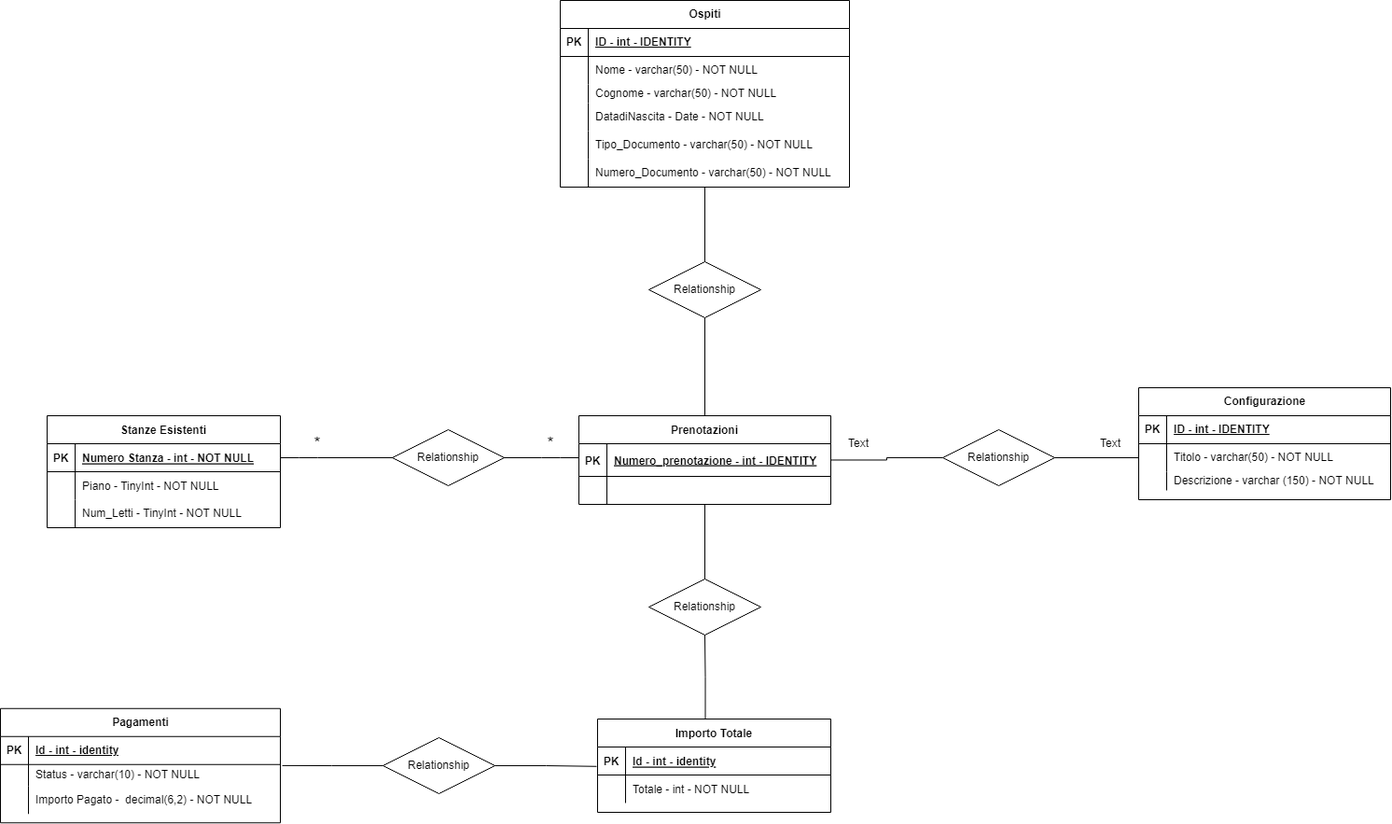
Earlier version of the draw.io export DiagrammaER-Hotel.png (AlexFruitPunch/db-hotel-tecnico). Source tidied: cells renumbered, new cells last; positions are measured from the earlier drawing's top-left corner, leaving out a move shared by most shapes.
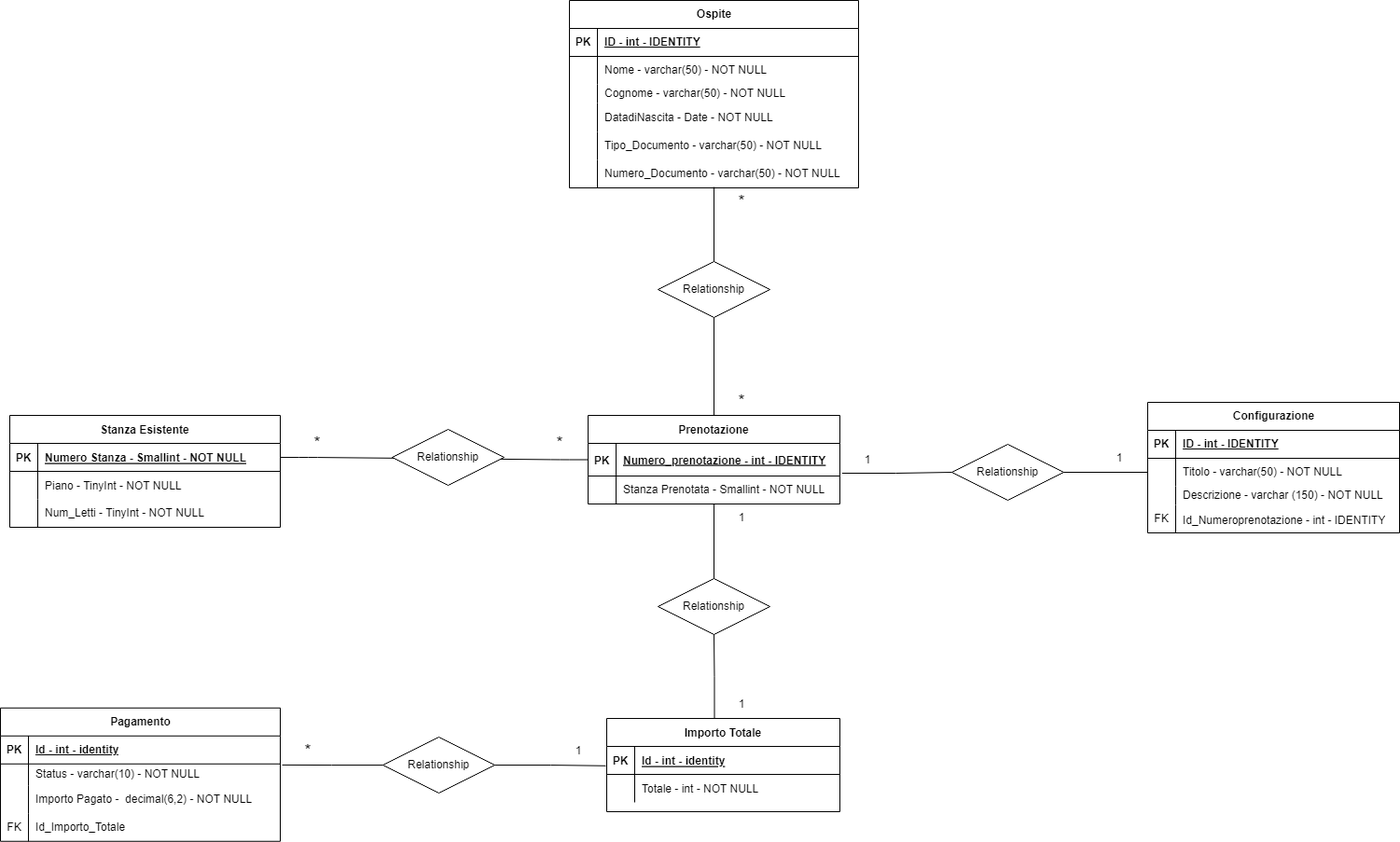
The same file after the commit.

Commit message:
Diagramma ER terminato

What changed in the source:
```diff
@@ -2,19 +2,17 @@
   <root>
     <mxCell id="0" />
     <mxCell id="1" parent="0" />
-    <mxCell id="2" style="edgeStyle=entityRelationEdgeStyle;endArrow=none;startArrow=none;endFill=0;startFill=0;" parent="1" edge="1" source="20">
-      <mxGeometry relative="1" as="geometry">
-        <mxPoint x="620" y="490" as="targetPoint" />
-      </mxGeometry>
+    <mxCell id="2" style="edgeStyle=entityRelationEdgeStyle;endArrow=none;startArrow=none;endFill=0;startFill=0;entryX=0;entryY=0.5;entryDx=0;entryDy=0;" parent="1" edge="1" source="20" target="6">
+      <mxGeometry relative="1" as="geometry" />
     </mxCell>
     <mxCell id="3" style="edgeStyle=orthogonalEdgeStyle;rounded=0;jettySize=auto;html=1;entryX=0.5;entryY=0;entryDx=0;entryDy=0;fontSize=12;startArrow=none;startFill=0;endArrow=none;endFill=0;" parent="1" edge="1" source="5" target="32">
       <mxGeometry relative="1" as="geometry" />
     </mxCell>
-    <mxCell id="4" style="edgeStyle=orthogonalEdgeStyle;rounded=0;jettySize=auto;html=1;entryX=0;entryY=0.5;entryDx=0;entryDy=0;fontSize=12;startArrow=none;startFill=0;endArrow=none;endFill=0;" parent="1" edge="1" source="5" target="57">
+    <mxCell id="4" style="edgeStyle=orthogonalEdgeStyle;rounded=0;jettySize=auto;html=1;entryX=0;entryY=0.5;entryDx=0;entryDy=0;fontSize=12;startArrow=none;startFill=0;endArrow=none;endFill=0;exitX=1.009;exitY=0.914;exitDx=0;exitDy=0;exitPerimeter=0;" parent="1" edge="1" source="6" target="57">
       <mxGeometry relative="1" as="geometry" />
     </mxCell>
-    <mxCell id="5" value="Prenotazioni" style="shape=table;startSize=30;rowLines=0;fontStyle=1;align=center;" parent="1" vertex="1">
-      <mxGeometry x="620" y="445" width="270" height="95" as="geometry" />
+    <mxCell id="5" value="Prenotazione" style="shape=table;startSize=30;rowLines=0;fontStyle=1;align=center;" parent="1" vertex="1">
+      <mxGeometry x="630" y="445" width="270" height="95" as="geometry" />
     </mxCell>
     <mxCell id="6" style="shape=partialRectangle;fillColor=none;points=[[0,0.5],[1,0.5]];portConstraint=eastwest;top=0;left=0;right=0;bottom=1;" parent="5" vertex="1">
       <mxGeometry y="30" width="270" height="35" as="geometry" />
@@ -31,11 +29,11 @@
     <mxCell id="10" style="shape=partialRectangle;fillColor=none;top=0;left=0;bottom=0;right=0;overflow=hidden;fontSize=18;" parent="9" vertex="1">
       <mxGeometry width="30" height="30" as="geometry" />
     </mxCell>
-    <mxCell id="11" style="shape=partialRectangle;fillColor=none;top=0;left=0;bottom=0;right=0;align=left;spacingLeft=6;overflow=hidden;fontSize=12;html=1;" parent="9" vertex="1">
+    <mxCell id="11" value="Stanza Prenotata - Smallint - NOT NULL&amp;nbsp;" style="shape=partialRectangle;fillColor=none;top=0;left=0;bottom=0;right=0;align=left;spacingLeft=6;overflow=hidden;fontSize=12;html=1;" parent="9" vertex="1">
       <mxGeometry x="30" width="240" height="30" as="geometry" />
     </mxCell>
     <mxCell id="12" value="Importo Totale" style="shape=table;startSize=30;rowLines=0;fontStyle=1;align=center;" parent="1" vertex="1">
-      <mxGeometry x="640" y="770" width="250" height="100" as="geometry" />
+      <mxGeometry x="650" y="770" width="250" height="100" as="geometry" />
     </mxCell>
     <mxCell id="13" style="shape=partialRectangle;fillColor=none;points=[[0,0.5],[1,0.5]];portConstraint=eastwest;top=0;left=0;right=0;bottom=1;" parent="12" vertex="1">
       <mxGeometry y="30" width="250" height="30" as="geometry" />
@@ -55,35 +53,35 @@
     <mxCell id="18" value="Totale - int - NOT NULL" style="shape=partialRectangle;overflow=hidden;fillColor=none;top=0;left=0;bottom=0;right=0;align=left;spacingLeft=6;" parent="16" vertex="1">
       <mxGeometry x="30" width="220" height="30" as="geometry" />
     </mxCell>
-    <mxCell id="19" value="Stanze Esistenti" style="shape=table;startSize=30;rowLines=0;fontStyle=1;align=center;" parent="1" vertex="1">
-      <mxGeometry x="50" y="445" width="250" height="120" as="geometry" />
+    <mxCell id="19" value="Stanza Esistente" style="shape=table;startSize=30;rowLines=0;fontStyle=1;align=center;" parent="1" vertex="1">
+      <mxGeometry x="10" y="445" width="290" height="120" as="geometry" />
     </mxCell>
     <mxCell id="20" style="shape=partialRectangle;fillColor=none;points=[[0,0.5],[1,0.5]];portConstraint=eastwest;top=0;left=0;right=0;bottom=1;" parent="19" vertex="1">
-      <mxGeometry y="30" width="250" height="30" as="geometry" />
+      <mxGeometry y="30" width="290" height="30" as="geometry" />
     </mxCell>
     <mxCell id="21" value="PK" style="shape=partialRectangle;overflow=hidden;fillColor=none;top=0;left=0;bottom=0;right=0;fontStyle=1;" parent="20" vertex="1">
       <mxGeometry width="30" height="30" as="geometry" />
     </mxCell>
-    <mxCell id="22" value="Numero Stanza - int - NOT NULL" style="shape=partialRectangle;overflow=hidden;fillColor=none;top=0;left=0;bottom=0;right=0;align=left;spacingLeft=6;fontStyle=5;" parent="20" vertex="1">
-      <mxGeometry x="30" width="220" height="30" as="geometry" />
+    <mxCell id="22" value="Numero Stanza - Smallint - NOT NULL" style="shape=partialRectangle;overflow=hidden;fillColor=none;top=0;left=0;bottom=0;right=0;align=left;spacingLeft=6;fontStyle=5;" parent="20" vertex="1">
+      <mxGeometry x="30" width="260" height="30" as="geometry" />
     </mxCell>
     <mxCell id="23" style="shape=partialRectangle;fillColor=none;top=0;left=0;right=0;bottom=0;" parent="19" vertex="1">
-      <mxGeometry y="60" width="250" height="30" as="geometry" />
+      <mxGeometry y="60" width="290" height="30" as="geometry" />
     </mxCell>
     <mxCell id="24" style="shape=partialRectangle;overflow=hidden;fillColor=none;top=0;left=0;bottom=0;right=0;" parent="23" vertex="1">
       <mxGeometry width="30" height="30" as="geometry" />
     </mxCell>
     <mxCell id="25" value="Piano - TinyInt - NOT NULL" style="shape=partialRectangle;overflow=hidden;fillColor=none;top=0;left=0;bottom=0;right=0;align=left;spacingLeft=6;" parent="23" vertex="1">
-      <mxGeometry x="30" width="220" height="30" as="geometry" />
+      <mxGeometry x="30" width="260" height="30" as="geometry" />
     </mxCell>
     <mxCell id="26" style="shape=tableRow;horizontal=0;startSize=0;swimlaneHead=0;swimlaneBody=0;fillColor=none;top=0;left=0;right=0;bottom=0;fontSize=12;html=1;" parent="19" vertex="1">
-      <mxGeometry y="90" width="250" height="30" as="geometry" />
+      <mxGeometry y="90" width="290" height="30" as="geometry" />
     </mxCell>
     <mxCell id="27" style="shape=partialRectangle;fillColor=none;top=0;left=0;bottom=0;right=0;overflow=hidden;fontSize=12;html=1;" parent="26" vertex="1">
       <mxGeometry width="30" height="30" as="geometry" />
     </mxCell>
     <mxCell id="28" value="&lt;span&gt;Num_Letti - TinyInt - NOT NULL&amp;nbsp;&lt;/span&gt;" style="shape=partialRectangle;fillColor=none;top=0;left=0;bottom=0;right=0;align=left;spacingLeft=6;overflow=hidden;fontSize=12;html=1;" parent="26" vertex="1">
-      <mxGeometry x="30" width="220" height="30" as="geometry" />
+      <mxGeometry x="30" width="260" height="30" as="geometry" />
     </mxCell>
     <mxCell id="29" value="Relationship" style="shape=rhombus;perimeter=rhombusPerimeter;whiteSpace=wrap;html=1;align=center;" parent="1" vertex="1">
       <mxGeometry x="420" y="460" width="120" height="60" as="geometry" />
@@ -92,13 +90,13 @@
       <mxGeometry x="310" y="460" width="60" height="30" as="geometry" />
     </mxCell>
     <mxCell id="31" value="*" style="text;html=1;strokeColor=none;fillColor=none;align=center;verticalAlign=middle;whiteSpace=wrap;rounded=0;fontSize=18;" parent="1" vertex="1">
-      <mxGeometry x="560" y="460" width="60" height="30" as="geometry" />
+      <mxGeometry x="570" y="460" width="60" height="30" as="geometry" />
     </mxCell>
     <mxCell id="32" value="Relationship" style="shape=rhombus;perimeter=rhombusPerimeter;whiteSpace=wrap;html=1;align=center;fontSize=12;" parent="1" vertex="1">
-      <mxGeometry x="695" y="620" width="120" height="60" as="geometry" />
+      <mxGeometry x="705" y="620" width="120" height="60" as="geometry" />
     </mxCell>
-    <mxCell id="33" value="Pagamenti" style="shape=table;startSize=30;rowLines=0;fontStyle=1;align=center;fontSize=12;html=1;" parent="1" vertex="1">
-      <mxGeometry y="758.8" width="300" height="122.5" as="geometry" />
+    <mxCell id="33" value="Pagamento" style="shape=table;startSize=30;rowLines=0;fontStyle=1;align=center;fontSize=12;html=1;" parent="1" vertex="1">
+      <mxGeometry y="758.8" width="300" height="143" as="geometry" />
     </mxCell>
     <mxCell id="34" style="shape=tableRow;horizontal=0;startSize=0;swimlaneHead=0;swimlaneBody=0;fillColor=none;top=0;left=0;right=0;bottom=1;fontSize=12;html=1;" parent="33" vertex="1">
       <mxGeometry y="30" width="300" height="30" as="geometry" />
@@ -127,6 +125,15 @@
     <mxCell id="42" value="Importo Pagato -&amp;nbsp; decimal(6,2) - NOT NULL" style="shape=partialRectangle;fillColor=none;top=0;left=0;bottom=0;right=0;align=left;spacingLeft=6;overflow=hidden;fontSize=12;html=1;" parent="40" vertex="1">
       <mxGeometry x="30" width="270" height="30" as="geometry" />
     </mxCell>
+    <mxCell id="83" style="shape=tableRow;horizontal=0;startSize=0;swimlaneHead=0;swimlaneBody=0;fillColor=none;top=0;left=0;right=0;bottom=0;fontSize=12;html=1;" parent="33" vertex="1">
+      <mxGeometry y="113" width="300" height="30" as="geometry" />
+    </mxCell>
+    <mxCell id="84" value="FK" style="shape=partialRectangle;fillColor=none;top=0;left=0;bottom=0;right=0;fontStyle=0;overflow=hidden;fontSize=12;html=1;" parent="83" vertex="1">
+      <mxGeometry width="30" height="30" as="geometry" />
+    </mxCell>
+    <mxCell id="85" value="Id_Importo_Totale" style="shape=partialRectangle;fillColor=none;top=0;left=0;bottom=0;right=0;align=left;spacingLeft=6;fontStyle=0;overflow=hidden;fontSize=12;html=1;" parent="83" vertex="1">
+      <mxGeometry x="30" width="270" height="30" as="geometry" />
+    </mxCell>
     <mxCell id="43" style="edgeStyle=orthogonalEdgeStyle;rounded=0;jettySize=auto;html=1;entryX=1.007;entryY=0.051;entryDx=0;entryDy=0;entryPerimeter=0;fontSize=12;startArrow=none;startFill=0;endArrow=none;endFill=0;" parent="1" edge="1" source="45" target="37">
       <mxGeometry relative="1" as="geometry" />
     </mxCell>
@@ -140,7 +147,7 @@
       <mxGeometry relative="1" as="geometry" />
     </mxCell>
     <mxCell id="47" value="Configurazione" style="shape=table;startSize=30;rowLines=0;fontStyle=1;align=center;fontSize=12;html=1;" parent="1" vertex="1">
-      <mxGeometry x="1220" y="415" width="270" height="120" as="geometry" />
+      <mxGeometry x="1230" y="431" width="270" height="140" as="geometry" />
     </mxCell>
     <mxCell id="48" style="shape=tableRow;horizontal=0;startSize=0;swimlaneHead=0;swimlaneBody=0;fillColor=none;top=0;left=0;right=0;bottom=1;fontSize=12;html=1;" parent="47" vertex="1">
       <mxGeometry y="30" width="270" height="30" as="geometry" />
@@ -169,22 +176,31 @@
     <mxCell id="56" value="Descrizione - varchar (150) - NOT NULL" style="shape=partialRectangle;fillColor=none;top=0;left=0;bottom=0;right=0;align=left;spacingLeft=6;overflow=hidden;fontSize=12;html=1;" parent="54" vertex="1">
       <mxGeometry x="30" width="240" height="20" as="geometry" />
     </mxCell>
+    <mxCell id="86" style="shape=tableRow;horizontal=0;startSize=0;swimlaneHead=0;swimlaneBody=0;fillColor=none;top=0;left=0;right=0;bottom=0;fontSize=12;html=1;" parent="47" vertex="1">
+      <mxGeometry y="110" width="270" height="30" as="geometry" />
+    </mxCell>
+    <mxCell id="87" value="FK" style="shape=partialRectangle;fillColor=none;top=0;left=0;bottom=0;right=0;fontStyle=0;overflow=hidden;fontSize=12;html=1;" parent="86" vertex="1">
+      <mxGeometry width="30" height="30" as="geometry" />
+    </mxCell>
+    <mxCell id="88" value="&lt;span style=&quot;font-size: 12px&quot;&gt;Id_Numeroprenotazione - int - IDENTITY&lt;/span&gt;" style="shape=partialRectangle;fillColor=none;top=0;left=0;bottom=0;right=0;align=left;spacingLeft=6;fontStyle=0;overflow=hidden;fontSize=18;html=1;" parent="86" vertex="1">
+      <mxGeometry x="30" width="240" height="30" as="geometry" />
+    </mxCell>
     <mxCell id="57" value="Relationship" style="shape=rhombus;perimeter=rhombusPerimeter;whiteSpace=wrap;html=1;align=center;fontSize=12;" parent="1" vertex="1">
-      <mxGeometry x="1010" y="460" width="120" height="60" as="geometry" />
+      <mxGeometry x="1020" y="476" width="120" height="60" as="geometry" />
     </mxCell>
     <mxCell id="58" style="edgeStyle=orthogonalEdgeStyle;rounded=0;jettySize=auto;html=1;fontSize=12;startArrow=none;startFill=0;endArrow=none;endFill=0;" parent="1" edge="1" target="57">
       <mxGeometry relative="1" as="geometry">
-        <mxPoint x="1220" y="490" as="sourcePoint" />
+        <mxPoint x="1230" y="506" as="sourcePoint" />
       </mxGeometry>
     </mxCell>
-    <mxCell id="59" value="Text" style="text;html=1;strokeColor=none;fillColor=none;align=center;verticalAlign=middle;whiteSpace=wrap;rounded=0;fontSize=12;" parent="1" vertex="1">
-      <mxGeometry x="890" y="460" width="60" height="30" as="geometry" />
+    <mxCell id="59" value="1" style="text;html=1;strokeColor=none;fillColor=none;align=center;verticalAlign=middle;whiteSpace=wrap;rounded=0;fontSize=12;" parent="1" vertex="1">
+      <mxGeometry x="900" y="477.5" width="60" height="30" as="geometry" />
     </mxCell>
-    <mxCell id="60" value="Text" style="text;html=1;strokeColor=none;fillColor=none;align=center;verticalAlign=middle;whiteSpace=wrap;rounded=0;fontSize=12;" parent="1" vertex="1">
-      <mxGeometry x="1160" y="460" width="60" height="30" as="geometry" />
+    <mxCell id="60" value="1" style="text;html=1;strokeColor=none;fillColor=none;align=center;verticalAlign=middle;whiteSpace=wrap;rounded=0;fontSize=12;" parent="1" vertex="1">
+      <mxGeometry x="1170" y="476" width="60" height="30" as="geometry" />
     </mxCell>
-    <mxCell id="61" value="Ospiti" style="shape=table;startSize=30;rowLines=0;fontStyle=1;align=center;fontSize=12;html=1;" parent="1" vertex="1">
-      <mxGeometry x="600" width="310" height="200" as="geometry" />
+    <mxCell id="61" value="Ospite" style="shape=table;startSize=30;rowLines=0;fontStyle=1;align=center;fontSize=12;html=1;" parent="1" vertex="1">
+      <mxGeometry x="610" width="310" height="201" as="geometry" />
     </mxCell>
     <mxCell id="62" style="shape=tableRow;horizontal=0;startSize=0;swimlaneHead=0;swimlaneBody=0;fillColor=none;top=0;left=0;right=0;bottom=1;fontSize=12;html=1;" parent="61" vertex="1">
       <mxGeometry y="30" width="310" height="30" as="geometry" />
@@ -214,16 +230,16 @@
       <mxGeometry x="30" width="280" height="20" as="geometry" />
     </mxCell>
     <mxCell id="71" style="shape=tableRow;horizontal=0;startSize=0;swimlaneHead=0;swimlaneBody=0;fillColor=none;top=0;left=0;right=0;bottom=0;fontSize=12;html=1;" parent="61" vertex="1">
-      <mxGeometry y="110" width="310" height="30" as="geometry" />
+      <mxGeometry y="110" width="310" height="31" as="geometry" />
     </mxCell>
     <mxCell id="72" style="shape=partialRectangle;fillColor=none;top=0;left=0;bottom=0;right=0;overflow=hidden;fontSize=12;html=1;" parent="71" vertex="1">
-      <mxGeometry width="30" height="30" as="geometry" />
+      <mxGeometry width="30" height="31" as="geometry" />
     </mxCell>
     <mxCell id="73" value="DatadiNascita - Date - NOT NULL" style="shape=partialRectangle;fillColor=none;top=0;left=0;bottom=0;right=0;align=left;spacingLeft=6;overflow=hidden;fontSize=12;html=1;" parent="71" vertex="1">
-      <mxGeometry x="30" width="280" height="30" as="geometry" />
+      <mxGeometry x="30" width="280" height="31" as="geometry" />
     </mxCell>
     <mxCell id="74" style="shape=tableRow;horizontal=0;startSize=0;swimlaneHead=0;swimlaneBody=0;fillColor=none;top=0;left=0;right=0;bottom=0;fontSize=12;html=1;" parent="61" vertex="1">
-      <mxGeometry y="140" width="310" height="30" as="geometry" />
+      <mxGeometry y="141" width="310" height="30" as="geometry" />
     </mxCell>
     <mxCell id="75" style="shape=partialRectangle;fillColor=none;top=0;left=0;bottom=0;right=0;overflow=hidden;fontSize=12;html=1;" parent="74" vertex="1">
       <mxGeometry width="30" height="30" as="geometry" />
@@ -232,7 +248,7 @@
       <mxGeometry x="30" width="280" height="30" as="geometry" />
     </mxCell>
     <mxCell id="77" style="shape=tableRow;horizontal=0;startSize=0;swimlaneHead=0;swimlaneBody=0;fillColor=none;top=0;left=0;right=0;bottom=0;fontSize=12;html=1;" parent="61" vertex="1">
-      <mxGeometry y="170" width="310" height="30" as="geometry" />
+      <mxGeometry y="171" width="310" height="30" as="geometry" />
     </mxCell>
     <mxCell id="78" style="shape=partialRectangle;fillColor=none;top=0;left=0;bottom=0;right=0;overflow=hidden;fontSize=12;html=1;" parent="77" vertex="1">
       <mxGeometry width="30" height="30" as="geometry" />
@@ -242,14 +258,32 @@
     </mxCell>
     <mxCell id="80" style="edgeStyle=orthogonalEdgeStyle;rounded=0;jettySize=auto;html=1;fontSize=12;startArrow=none;startFill=0;endArrow=none;endFill=0;" parent="1" edge="1" source="82">
       <mxGeometry relative="1" as="geometry">
-        <mxPoint x="755" y="200" as="targetPoint" />
+        <mxPoint x="765" y="200" as="targetPoint" />
       </mxGeometry>
     </mxCell>
     <mxCell id="81" style="edgeStyle=orthogonalEdgeStyle;rounded=0;jettySize=auto;html=1;entryX=0.5;entryY=0;entryDx=0;entryDy=0;fontSize=12;startArrow=none;startFill=0;endArrow=none;endFill=0;" parent="1" edge="1" source="82" target="5">
       <mxGeometry relative="1" as="geometry" />
     </mxCell>
     <mxCell id="82" value="Relationship" style="shape=rhombus;perimeter=rhombusPerimeter;whiteSpace=wrap;html=1;align=center;fontSize=12;" parent="1" vertex="1">
-      <mxGeometry x="695" y="280" width="120" height="60" as="geometry" />
+      <mxGeometry x="705" y="280" width="120" height="60" as="geometry" />
     </mxCell>
+    <mxCell id="89" value="1" style="text;html=1;strokeColor=none;fillColor=none;align=center;verticalAlign=middle;whiteSpace=wrap;rounded=0;fontSize=12;" parent="1" vertex="1">
+      <mxGeometry x="590" y="790" width="60" height="30" as="geometry" />
+    </mxCell>
+    <mxCell id="90" value="*" style="text;html=1;strokeColor=none;fillColor=none;align=center;verticalAlign=middle;whiteSpace=wrap;rounded=0;fontSize=18;" parent="1" vertex="1">
+      <mxGeometry x="300" y="790" width="60" height="30" as="geometry" />
+    </mxCell>
+    <mxCell id="91" value="1" style="text;html=1;strokeColor=none;fillColor=none;align=center;verticalAlign=middle;whiteSpace=wrap;rounded=0;fontSize=12;" parent="1" vertex="1">
+      <mxGeometry x="765" y="740" width="60" height="30" as="geometry" />
+    </mxCell>
+    <mxCell id="92" value="1" style="text;html=1;strokeColor=none;fillColor=none;align=center;verticalAlign=middle;whiteSpace=wrap;rounded=0;fontSize=12;" parent="1" vertex="1">
+      <mxGeometry x="765" y="540" width="60" height="30" as="geometry" />
+    </mxCell>
+    <mxCell id="93" value="*" style="text;html=1;strokeColor=none;fillColor=none;align=center;verticalAlign=middle;whiteSpace=wrap;rounded=0;fontSize=18;" parent="1" vertex="1">
+      <mxGeometry x="765" y="415" width="60" height="30" as="geometry" />
+    </mxCell>
+    <mxCell id="94" value="*" style="text;html=1;strokeColor=none;fillColor=none;align=center;verticalAlign=middle;whiteSpace=wrap;rounded=0;fontSize=18;" parent="1" vertex="1">
+      <mxGeometry x="765" y="201" width="60" height="30" as="geometry" />
+    </mxCell>
   </root>
 </mxGraphModel>
```
